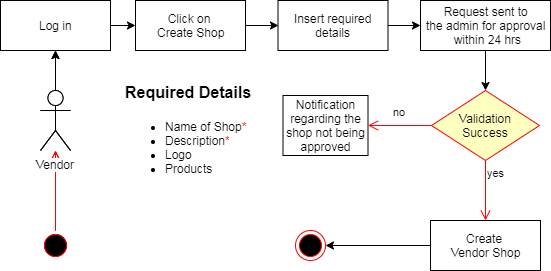
Before: Kaavish Report/images/Shop_Creation.png, a diagram exported from draw.io (aimanahmedmoin1997/FinalYearProject). Source tidied: cells renumbered, new cells last; positions are measured from the earlier drawing's top-left corner, leaving out a move shared by most shapes. Source of this version:
```xml
<mxGraphModel>
  <root>
    <mxCell id="0" />
    <mxCell id="1" parent="0" />
    <mxCell id="2" style="ellipse;html=1;shape=startState;fillColor=#000000;strokeColor=#ff0000;" parent="1" vertex="1">
      <mxGeometry x="40" y="230" width="30" height="30" as="geometry" />
    </mxCell>
    <mxCell id="3" style="edgeStyle=orthogonalEdgeStyle;html=1;verticalAlign=bottom;endArrow=open;endSize=8;strokeColor=#ff0000;" parent="1" edge="1" target="5">
      <mxGeometry relative="1" as="geometry">
        <mxPoint x="55" y="230" as="sourcePoint" />
      </mxGeometry>
    </mxCell>
    <mxCell id="4" style="edgeStyle=orthogonalEdgeStyle;rounded=0;jettySize=auto;html=1;" parent="1" edge="1" source="5">
      <mxGeometry relative="1" as="geometry">
        <mxPoint x="55" y="50" as="targetPoint" />
      </mxGeometry>
    </mxCell>
    <mxCell id="5" value="Vendor" style="shape=umlActor;verticalLabelPosition=bottom;labelBackgroundColor=#ffffff;verticalAlign=top;html=1;" parent="1" vertex="1">
      <mxGeometry x="40" y="90" width="30" height="60" as="geometry" />
    </mxCell>
    <mxCell id="6" style="ellipse;html=1;shape=startState;fillColor=#000000;strokeColor=#ff0000;" parent="1" vertex="1">
      <mxGeometry x="40" y="230" width="30" height="30" as="geometry" />
    </mxCell>
    <mxCell id="7" style="edgeStyle=orthogonalEdgeStyle;html=1;verticalAlign=bottom;endArrow=open;endSize=8;strokeColor=#ff0000;" parent="1" edge="1" source="6" target="9">
      <mxGeometry relative="1" as="geometry" />
    </mxCell>
    <mxCell id="8" style="edgeStyle=orthogonalEdgeStyle;rounded=0;jettySize=auto;html=1;" parent="1" edge="1" source="9" target="11">
      <mxGeometry relative="1" as="geometry" />
    </mxCell>
    <mxCell id="9" value="Vendor" style="shape=umlActor;verticalLabelPosition=bottom;labelBackgroundColor=#ffffff;verticalAlign=top;html=1;" parent="1" vertex="1">
      <mxGeometry x="40" y="90" width="30" height="60" as="geometry" />
    </mxCell>
    <mxCell id="10" style="edgeStyle=orthogonalEdgeStyle;rounded=0;jettySize=auto;html=1;exitX=1;exitY=0.5;exitDx=0;exitDy=0;entryX=0;entryY=0.5;entryDx=0;entryDy=0;" parent="1" edge="1" source="11" target="25">
      <mxGeometry relative="1" as="geometry" />
    </mxCell>
    <mxCell id="11" value="Log in" style="html=1;" parent="1" vertex="1">
      <mxGeometry width="110" height="50" as="geometry" />
    </mxCell>
    <mxCell id="12" style="edgeStyle=orthogonalEdgeStyle;rounded=0;jettySize=auto;html=1;entryX=0;entryY=0.5;entryDx=0;entryDy=0;" parent="1" edge="1" source="13" target="15">
      <mxGeometry relative="1" as="geometry" />
    </mxCell>
    <mxCell id="13" value="Insert required&lt;br&gt;details" style="html=1;" parent="1" vertex="1">
      <mxGeometry x="277.5" width="110" height="50" as="geometry" />
    </mxCell>
    <mxCell id="14" style="edgeStyle=orthogonalEdgeStyle;rounded=0;jettySize=auto;html=1;entryX=0.5;entryY=0;entryDx=0;entryDy=0;" parent="1" edge="1" source="15" target="16">
      <mxGeometry relative="1" as="geometry" />
    </mxCell>
    <mxCell id="15" value="Request sent to &lt;br&gt;the admin for approval &lt;br&gt;within 24 hrs" style="html=1;" parent="1" vertex="1">
      <mxGeometry x="420" width="130" height="50" as="geometry" />
    </mxCell>
    <mxCell id="16" value="Validation &lt;br&gt;Success" style="rhombus;whiteSpace=wrap;html=1;fillColor=#ffffc0;strokeColor=#ff0000;" parent="1" vertex="1">
      <mxGeometry x="431" y="90" width="108" height="70" as="geometry" />
    </mxCell>
    <mxCell id="17" value="no" style="edgeStyle=orthogonalEdgeStyle;html=1;align=left;verticalAlign=bottom;endArrow=open;endSize=8;strokeColor=#ff0000;" parent="1" edge="1" source="16" target="23">
      <mxGeometry x="0.25" y="-5" relative="1" as="geometry" />
    </mxCell>
    <mxCell id="18" value="yes" style="edgeStyle=orthogonalEdgeStyle;html=1;align=left;verticalAlign=top;endArrow=open;endSize=8;strokeColor=#ff0000;entryX=0.5;entryY=0;entryDx=0;entryDy=0;" parent="1" edge="1" source="16" target="20">
      <mxGeometry x="-1" relative="1" as="geometry" />
    </mxCell>
    <mxCell id="19" style="edgeStyle=orthogonalEdgeStyle;rounded=0;jettySize=auto;html=1;entryX=1;entryY=0.5;entryDx=0;entryDy=0;" parent="1" edge="1" source="20" target="21">
      <mxGeometry relative="1" as="geometry" />
    </mxCell>
    <mxCell id="20" value="Create &lt;br&gt;Vendor Shop" style="html=1;" parent="1" vertex="1">
      <mxGeometry x="430" y="220" width="110" height="50" as="geometry" />
    </mxCell>
    <mxCell id="21" style="ellipse;html=1;shape=endState;fillColor=#000000;strokeColor=#ff0000;" parent="1" vertex="1">
      <mxGeometry x="295" y="230" width="30" height="30" as="geometry" />
    </mxCell>
    <mxCell id="22" value="&lt;h1&gt;&lt;font style=&quot;font-size: 16px&quot;&gt;Required Details&lt;/font&gt;&lt;/h1&gt;&lt;p&gt;&lt;/p&gt;&lt;ul&gt;&lt;li&gt;Name of Shop&lt;font color=&quot;#ff0000&quot;&gt;*&lt;/font&gt;&lt;/li&gt;&lt;li&gt;Description&lt;font color=&quot;#ff0000&quot;&gt;*&lt;/font&gt;&lt;/li&gt;&lt;li&gt;Logo&lt;/li&gt;&lt;li&gt;Products&lt;/li&gt;&lt;/ul&gt;&lt;p&gt;&lt;/p&gt;" style="text;html=1;strokeColor=none;fillColor=none;spacing=5;spacingTop=-20;whiteSpace=wrap;overflow=hidden;rounded=0;" parent="1" vertex="1">
      <mxGeometry x="120" y="70" width="150" height="200" as="geometry" />
    </mxCell>
    <mxCell id="23" value="Notification regarding the shop not being approved" style="rounded=0;whiteSpace=wrap;html=1;" parent="1" vertex="1">
      <mxGeometry x="282.5" y="95" width="85" height="60" as="geometry" />
    </mxCell>
    <mxCell id="24" style="edgeStyle=orthogonalEdgeStyle;rounded=0;jettySize=auto;html=1;exitX=1;exitY=0.5;exitDx=0;exitDy=0;entryX=0;entryY=0.5;entryDx=0;entryDy=0;" parent="1" edge="1" source="25" target="13">
      <mxGeometry relative="1" as="geometry" />
    </mxCell>
    <mxCell id="25" value="&lt;div&gt;&lt;span&gt;Click on&amp;nbsp;&lt;/span&gt;&lt;/div&gt;&lt;div&gt;&lt;span&gt;Create Shop&lt;/span&gt;&lt;/div&gt;" style="html=1;align=center;" parent="1" vertex="1">
      <mxGeometry x="135" width="110" height="50" as="geometry" />
    </mxCell>
  </root>
</mxGraphModel>
```
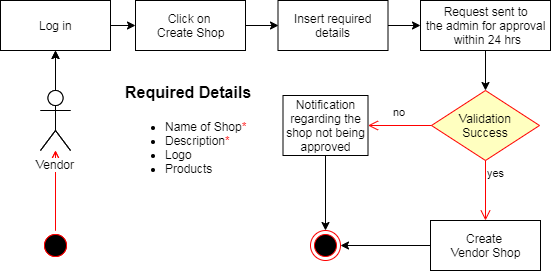
Later version of the same file.

Change to the diagram source:
```diff
@@ -64,11 +64,14 @@
       <mxGeometry x="430" y="220" width="110" height="50" as="geometry" />
     </mxCell>
     <mxCell id="21" style="ellipse;html=1;shape=endState;fillColor=#000000;strokeColor=#ff0000;" parent="1" vertex="1">
-      <mxGeometry x="295" y="230" width="30" height="30" as="geometry" />
+      <mxGeometry x="310" y="230" width="30" height="30" as="geometry" />
     </mxCell>
     <mxCell id="22" value="&lt;h1&gt;&lt;font style=&quot;font-size: 16px&quot;&gt;Required Details&lt;/font&gt;&lt;/h1&gt;&lt;p&gt;&lt;/p&gt;&lt;ul&gt;&lt;li&gt;Name of Shop&lt;font color=&quot;#ff0000&quot;&gt;*&lt;/font&gt;&lt;/li&gt;&lt;li&gt;Description&lt;font color=&quot;#ff0000&quot;&gt;*&lt;/font&gt;&lt;/li&gt;&lt;li&gt;Logo&lt;/li&gt;&lt;li&gt;Products&lt;/li&gt;&lt;/ul&gt;&lt;p&gt;&lt;/p&gt;" style="text;html=1;strokeColor=none;fillColor=none;spacing=5;spacingTop=-20;whiteSpace=wrap;overflow=hidden;rounded=0;" parent="1" vertex="1">
       <mxGeometry x="120" y="70" width="150" height="200" as="geometry" />
     </mxCell>
+    <mxCell id="26" style="edgeStyle=orthogonalEdgeStyle;rounded=0;jettySize=auto;html=1;entryX=0.5;entryY=0;entryDx=0;entryDy=0;" parent="1" edge="1" source="23" target="21">
+      <mxGeometry relative="1" as="geometry" />
+    </mxCell>
     <mxCell id="23" value="Notification regarding the shop not being approved" style="rounded=0;whiteSpace=wrap;html=1;" parent="1" vertex="1">
       <mxGeometry x="282.5" y="95" width="85" height="60" as="geometry" />
     </mxCell>
```
